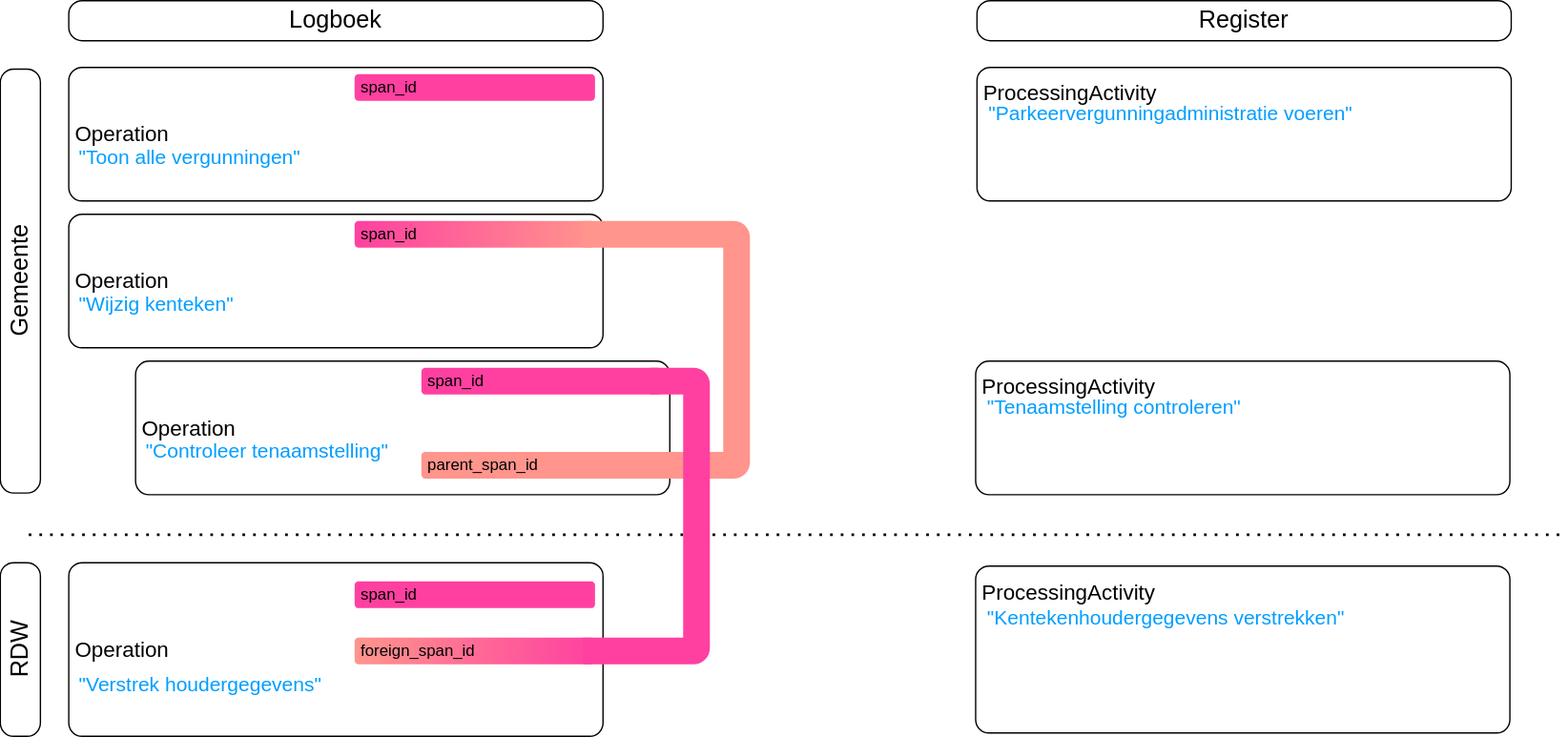
The draw.io diagram media/relatie_logboekelementen_afbeelding13.svg in Logius-standaarden/logboek-dataverwerkingen-inleiding, before a commit. Source tidied: cells renumbered, new cells last; positions are measured from the earlier drawing's top-left corner, leaving out a move shared by most shapes. Its diagram source:
```xml
<mxGraphModel>
  <root>
    <mxCell id="0" />
    <mxCell id="1" parent="0" />
    <mxCell id="2" value="Operation" style="rounded=1;whiteSpace=wrap;html=1;align=left;fontSize=16;spacing=5;absoluteArcSize=1;fillColor=none;" parent="1" vertex="1">
      <mxGeometry x="195" y="50" width="400" height="100" as="geometry" />
    </mxCell>
    <mxCell id="3" value="&quot;Toon alle vergunningen&quot;" style="text;html=1;align=left;verticalAlign=middle;whiteSpace=wrap;rounded=0;fontStyle=0;fontSize=15;fontColor=#009EFF;" parent="1" vertex="1">
      <mxGeometry x="201" y="102" width="204" height="30" as="geometry" />
    </mxCell>
    <mxCell id="4" value="Operation" style="rounded=1;whiteSpace=wrap;html=1;align=left;fontSize=16;spacing=5;absoluteArcSize=1;fillColor=none;" parent="1" vertex="1">
      <mxGeometry x="195" y="160" width="400" height="100" as="geometry" />
    </mxCell>
    <mxCell id="5" value="&quot;Wijzig kenteken&quot;" style="text;html=1;align=left;verticalAlign=middle;whiteSpace=wrap;rounded=0;fontStyle=0;fontSize=15;fontColor=#009EFF;" parent="1" vertex="1">
      <mxGeometry x="201" y="212" width="204" height="30" as="geometry" />
    </mxCell>
    <mxCell id="6" value="span_id" style="rounded=1;whiteSpace=wrap;html=1;strokeColor=none;fillColor=light-dark(#ff40a0, #22a20b);align=left;spacing=5;" parent="1" vertex="1">
      <mxGeometry x="409" y="55" width="180" height="20" as="geometry" />
    </mxCell>
    <mxCell id="7" value="span_id" style="rounded=1;whiteSpace=wrap;html=1;strokeColor=none;fillColor=light-dark(#ff40a0, #22a20b);points=[[0,0,0,0,0],[0,0.25,0,0,0],[0,0.75,0,0,0],[0,1,0,0,0],[0.05,0.5,0,0,0],[0.25,0,0,0,0],[0.25,1,0,0,0],[0.5,0,0,0,0],[0.5,1,0,0,0],[0.75,0,0,0,0],[0.75,1,0,0,0],[0.95,0.5,0,0,0],[1,0,0,0,0],[1,0.25,0,0,0],[1,0.75,0,0,0],[1,1,0,0,0]];align=left;spacing=5;gradientColor=#FF958C;gradientDirection=east;" parent="1" vertex="1">
      <mxGeometry x="409" y="165" width="180" height="20" as="geometry" />
    </mxCell>
    <mxCell id="8" value="Operation" style="rounded=1;whiteSpace=wrap;html=1;align=left;fontSize=16;spacing=5;absoluteArcSize=1;fillColor=none;" parent="1" vertex="1">
      <mxGeometry x="245" y="270" width="400" height="100" as="geometry" />
    </mxCell>
    <mxCell id="9" value="&quot;Controleer tenaamstelling&quot;" style="text;html=1;align=left;verticalAlign=middle;whiteSpace=wrap;rounded=0;fontStyle=0;fontSize=15;fontColor=#009EFF;" parent="1" vertex="1">
      <mxGeometry x="251" y="322" width="204" height="30" as="geometry" />
    </mxCell>
    <mxCell id="10" value="span_id" style="rounded=1;whiteSpace=wrap;html=1;strokeColor=none;fillColor=light-dark(#ff40a0, #22a20b);points=[[0,0,0,0,0],[0,0.25,0,0,0],[0,0.75,0,0,0],[0,1,0,0,0],[0.05,0.5,0,0,0],[0.25,0,0,0,0],[0.25,1,0,0,0],[0.5,0,0,0,0],[0.5,1,0,0,0],[0.75,0,0,0,0],[0.75,1,0,0,0],[0.95,0.5,0,0,0],[1,0,0,0,0],[1,0.25,0,0,0],[1,0.75,0,0,0],[1,1,0,0,0]];align=left;spacing=5;" parent="1" vertex="1">
      <mxGeometry x="459" y="275" width="180" height="20" as="geometry" />
    </mxCell>
    <mxCell id="11" value="Operation" style="rounded=1;whiteSpace=wrap;html=1;align=left;fontSize=16;spacing=5;absoluteArcSize=1;fillColor=none;" parent="1" vertex="1">
      <mxGeometry x="195" y="421" width="400" height="130" as="geometry" />
    </mxCell>
    <mxCell id="12" value="&quot;Verstrek houdergegevens&quot;" style="text;html=1;align=left;verticalAlign=middle;whiteSpace=wrap;rounded=0;fontStyle=0;fontSize=15;fontColor=#009EFF;" parent="1" vertex="1">
      <mxGeometry x="201" y="497" width="204" height="30" as="geometry" />
    </mxCell>
    <mxCell id="13" value="foreign_span_id" style="rounded=1;whiteSpace=wrap;html=1;strokeColor=none;fillColor=#FF958C;points=[[0,0,0,0,0],[0,0.25,0,0,0],[0,0.75,0,0,0],[0,1,0,0,0],[0.05,0.5,0,0,0],[0.25,0,0,0,0],[0.25,1,0,0,0],[0.5,0,0,0,0],[0.5,1,0,0,0],[0.75,0,0,0,0],[0.75,1,0,0,0],[0.95,0.5,0,0,0],[1,0,0,0,0],[1,0.25,0,0,0],[1,0.75,0,0,0],[1,1,0,0,0]];align=left;spacing=5;gradientColor=#FF40A0;gradientDirection=east;" parent="1" vertex="1">
      <mxGeometry x="409" y="477" width="180" height="20" as="geometry" />
    </mxCell>
    <mxCell id="14" value="span_id" style="rounded=1;whiteSpace=wrap;html=1;strokeColor=none;fillColor=light-dark(#ff40a0, #22a20b);align=left;spacing=5;" parent="1" vertex="1">
      <mxGeometry x="409" y="435" width="180" height="20" as="geometry" />
    </mxCell>
    <mxCell id="15" value="parent_span_id" style="rounded=1;whiteSpace=wrap;html=1;strokeColor=none;fillColor=#FF958C;points=[[0,0,0,0,0],[0,0.25,0,0,0],[0,0.75,0,0,0],[0,1,0,0,0],[0.05,0.5,0,0,0],[0.25,0,0,0,0],[0.25,1,0,0,0],[0.5,0,0,0,0],[0.5,1,0,0,0],[0.75,0,0,0,0],[0.75,1,0,0,0],[0.95,0.5,0,0,0],[1,0,0,0,0],[1,0.25,0,0,0],[1,0.75,0,0,0],[1,1,0,0,0]];align=left;spacing=5;gradientColor=none;gradientDirection=east;" parent="1" vertex="1">
      <mxGeometry x="459" y="338" width="180" height="20" as="geometry" />
    </mxCell>
    <mxCell id="16" style="edgeStyle=orthogonalEdgeStyle;rounded=1;jettySize=auto;html=1;entryX=0.95;entryY=0.5;entryDx=0;entryDy=0;entryPerimeter=0;endArrow=none;startFill=0;strokeWidth=20;exitX=0.95;exitY=0.5;exitDx=0;exitDy=0;exitPerimeter=0;strokeColor=#FF958C;curved=0;arcSize=5;" parent="1" edge="1" source="7" target="15">
      <mxGeometry relative="1" as="geometry">
        <Array as="points">
          <mxPoint x="695" y="175" />
          <mxPoint x="695" y="348" />
        </Array>
      </mxGeometry>
    </mxCell>
    <mxCell id="17" style="endArrow=none;dashed=1;html=1;dashPattern=1 3;strokeWidth=2;rounded=0;" parent="1" edge="1">
      <mxGeometry relative="1" as="geometry">
        <mxPoint x="165" y="400" as="sourcePoint" />
        <mxPoint x="1315" y="400" as="targetPoint" />
      </mxGeometry>
    </mxCell>
    <mxCell id="18" value="Gemeente" style="text;html=1;align=center;verticalAlign=middle;whiteSpace=wrap;rounded=1;rotation=-90;fontSize=18;fillColor=none;strokeColor=default;absoluteArcSize=1;" parent="1" vertex="1">
      <mxGeometry y="195" width="317.5" height="30" as="geometry" />
    </mxCell>
    <mxCell id="19" value="RDW" style="text;html=1;align=center;verticalAlign=middle;whiteSpace=wrap;rounded=1;rotation=-90;fontSize=18;fillColor=none;strokeColor=default;absoluteArcSize=1;" parent="1" vertex="1">
      <mxGeometry x="93.8" y="471" width="130" height="30" as="geometry" />
    </mxCell>
    <mxCell id="20" value="Logboek" style="text;html=1;align=center;verticalAlign=middle;whiteSpace=wrap;rounded=1;rotation=0;fontSize=18;fillColor=none;strokeColor=default;absoluteArcSize=1;" parent="1" vertex="1">
      <mxGeometry x="195" width="400" height="30" as="geometry" />
    </mxCell>
    <mxCell id="21" style="edgeStyle=orthogonalEdgeStyle;rounded=1;jettySize=auto;html=1;entryX=0.95;entryY=0.5;entryDx=0;entryDy=0;entryPerimeter=0;endArrow=none;startFill=0;strokeWidth=20;exitX=0.95;exitY=0.5;exitDx=0;exitDy=0;exitPerimeter=0;strokeColor=#FF40A0;curved=0;arcSize=5;" parent="1" edge="1" source="10" target="13">
      <mxGeometry relative="1" as="geometry">
        <Array as="points">
          <mxPoint x="665" y="285" />
          <mxPoint x="665" y="487" />
        </Array>
      </mxGeometry>
    </mxCell>
    <mxCell id="22" value="ProcessingActivity" style="rounded=1;whiteSpace=wrap;html=1;align=left;fontSize=16;spacing=5;absoluteArcSize=1;verticalAlign=top;fillColor=none;" parent="1" vertex="1">
      <mxGeometry x="875" y="50" width="400" height="100" as="geometry" />
    </mxCell>
    <mxCell id="23" value="&quot;Parkeervergunningadministratie voeren&quot;" style="text;html=1;align=left;verticalAlign=middle;whiteSpace=wrap;rounded=0;fontStyle=0;fontSize=15;fontColor=#009EFF;" parent="1" vertex="1">
      <mxGeometry x="882" y="69" width="374" height="30" as="geometry" />
    </mxCell>
    <mxCell id="24" value="ProcessingActivity" style="rounded=1;whiteSpace=wrap;html=1;align=left;fontSize=16;spacing=5;absoluteArcSize=1;verticalAlign=top;fillColor=none;" parent="1" vertex="1">
      <mxGeometry x="874" y="270" width="400" height="100" as="geometry" />
    </mxCell>
    <mxCell id="25" value="&quot;Tenaamstelling controleren&quot;" style="text;html=1;align=left;verticalAlign=middle;whiteSpace=wrap;rounded=0;fontStyle=0;fontSize=15;fontColor=#009EFF;" parent="1" vertex="1">
      <mxGeometry x="881" y="289" width="374" height="30" as="geometry" />
    </mxCell>
    <mxCell id="26" value="ProcessingActivity" style="rounded=1;whiteSpace=wrap;html=1;align=left;fontSize=16;spacing=5;absoluteArcSize=1;verticalAlign=top;fillColor=none;" parent="1" vertex="1">
      <mxGeometry x="874" y="423.5" width="400" height="125" as="geometry" />
    </mxCell>
    <mxCell id="27" value="Register" style="text;html=1;align=center;verticalAlign=middle;whiteSpace=wrap;rounded=1;rotation=0;fontSize=18;fillColor=none;strokeColor=default;absoluteArcSize=1;" parent="1" vertex="1">
      <mxGeometry x="875" width="400" height="30" as="geometry" />
    </mxCell>
    <mxCell id="28" value="&quot;Kentekenhoudergegevens verstrekken&quot;" style="text;html=1;align=left;verticalAlign=middle;whiteSpace=wrap;rounded=0;fontStyle=0;fontSize=15;fontColor=#009EFF;" parent="1" vertex="1">
      <mxGeometry x="881" y="447" width="374" height="30" as="geometry" />
    </mxCell>
  </root>
</mxGraphModel>
```
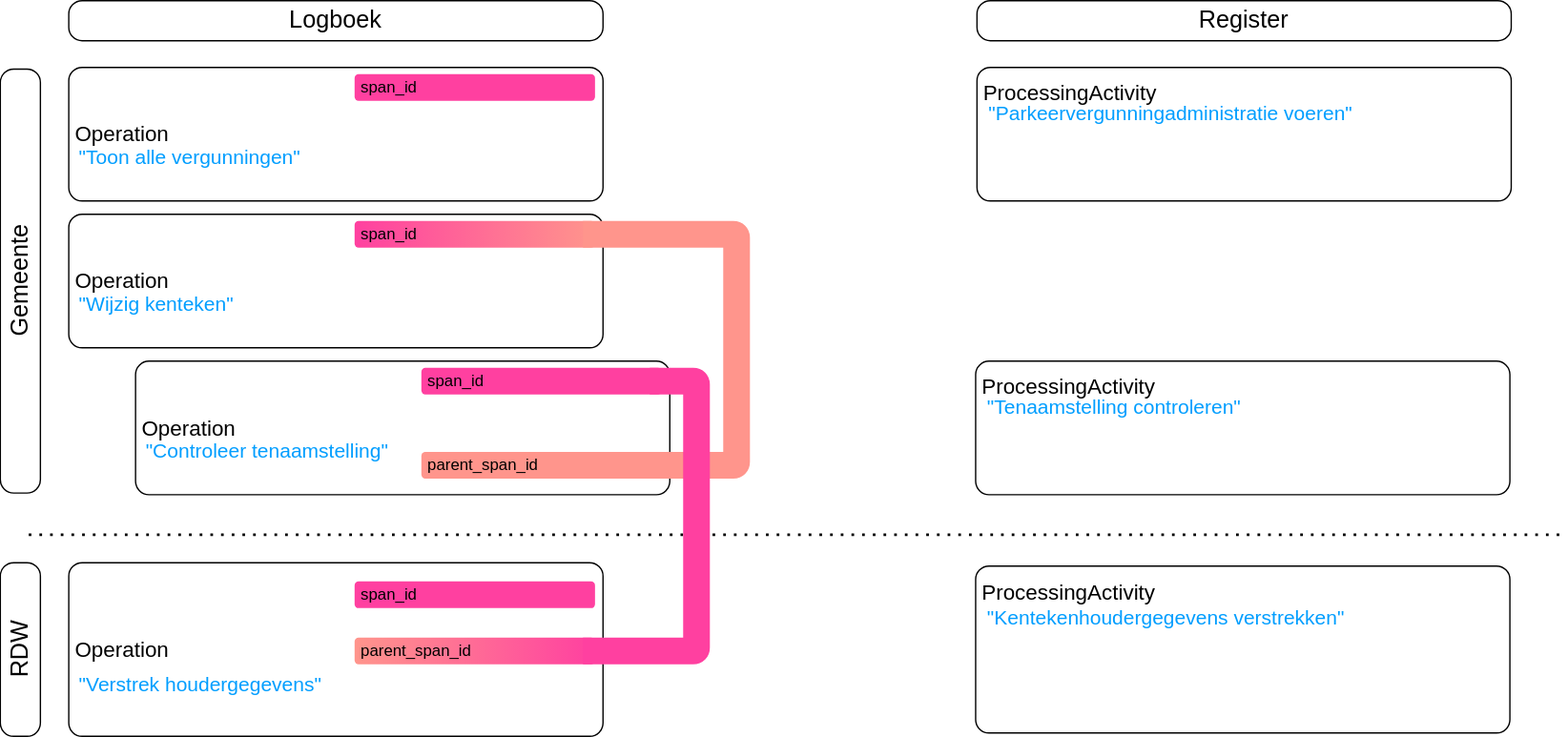
After the commit.

The edit, as a diff of the source:
```diff
@@ -35,7 +35,7 @@
     <mxCell id="12" value="&quot;Verstrek houdergegevens&quot;" style="text;html=1;align=left;verticalAlign=middle;whiteSpace=wrap;rounded=0;fontStyle=0;fontSize=15;fontColor=#009EFF;" parent="1" vertex="1">
       <mxGeometry x="201" y="497" width="204" height="30" as="geometry" />
     </mxCell>
-    <mxCell id="13" value="foreign_span_id" style="rounded=1;whiteSpace=wrap;html=1;strokeColor=none;fillColor=#FF958C;points=[[0,0,0,0,0],[0,0.25,0,0,0],[0,0.75,0,0,0],[0,1,0,0,0],[0.05,0.5,0,0,0],[0.25,0,0,0,0],[0.25,1,0,0,0],[0.5,0,0,0,0],[0.5,1,0,0,0],[0.75,0,0,0,0],[0.75,1,0,0,0],[0.95,0.5,0,0,0],[1,0,0,0,0],[1,0.25,0,0,0],[1,0.75,0,0,0],[1,1,0,0,0]];align=left;spacing=5;gradientColor=#FF40A0;gradientDirection=east;" parent="1" vertex="1">
+    <mxCell id="13" value="parent_span_id" style="rounded=1;whiteSpace=wrap;html=1;strokeColor=none;fillColor=#FF958C;points=[[0,0,0,0,0],[0,0.25,0,0,0],[0,0.75,0,0,0],[0,1,0,0,0],[0.05,0.5,0,0,0],[0.25,0,0,0,0],[0.25,1,0,0,0],[0.5,0,0,0,0],[0.5,1,0,0,0],[0.75,0,0,0,0],[0.75,1,0,0,0],[0.95,0.5,0,0,0],[1,0,0,0,0],[1,0.25,0,0,0],[1,0.75,0,0,0],[1,1,0,0,0]];align=left;spacing=5;gradientColor=#FF40A0;gradientDirection=east;" parent="1" vertex="1">
       <mxGeometry x="409" y="477" width="180" height="20" as="geometry" />
     </mxCell>
     <mxCell id="14" value="span_id" style="rounded=1;whiteSpace=wrap;html=1;strokeColor=none;fillColor=light-dark(#ff40a0, #22a20b);align=left;spacing=5;" parent="1" vertex="1">
```
